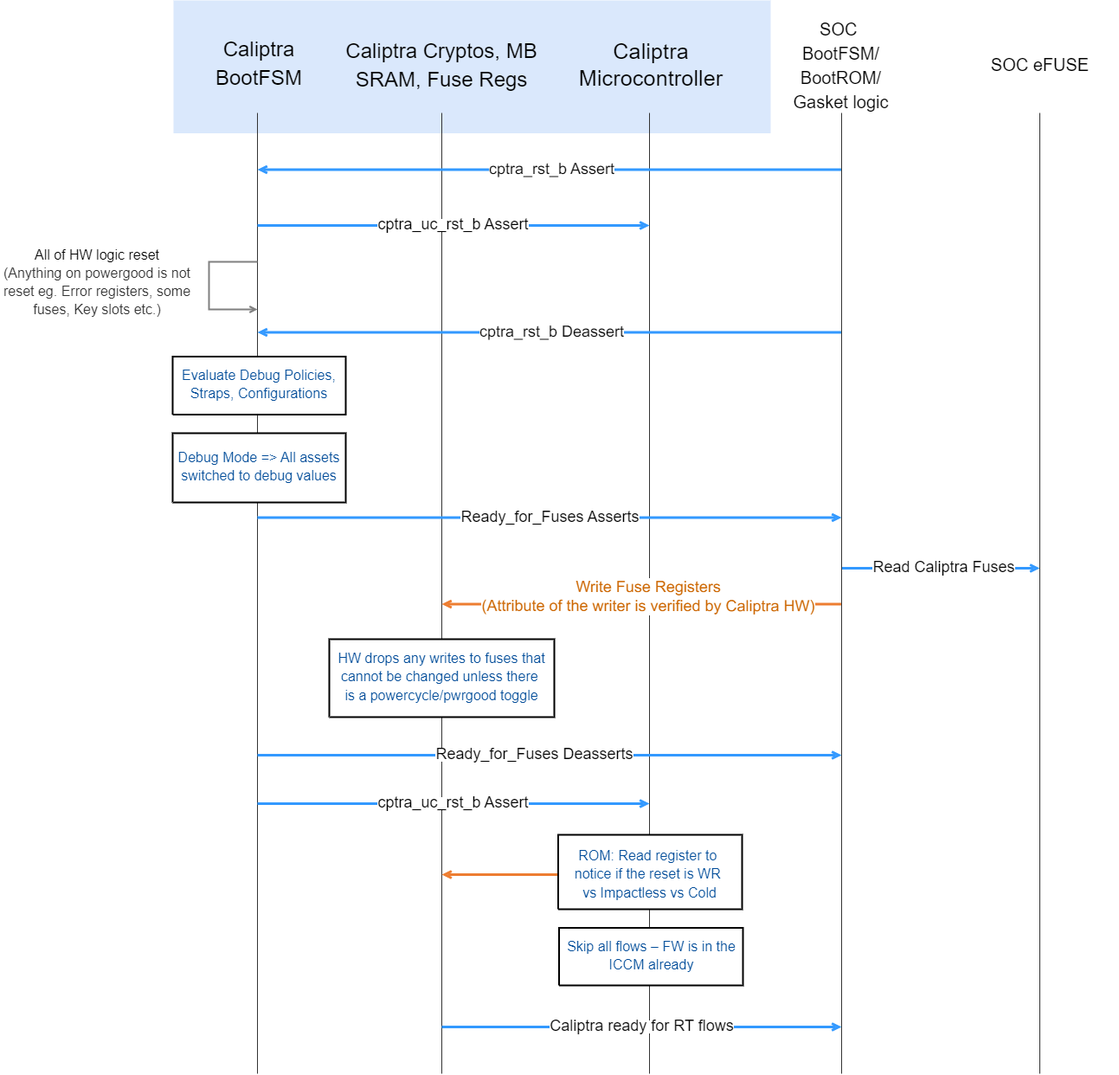
This is doc/images/Caliptra_boot_flow5.png from chipsalliance/Caliptra, a draw.io export, as it was before one commit. Source tidied: cells renumbered, new cells last; positions are measured from the earlier drawing's top-left corner, leaving out a move shared by most shapes.
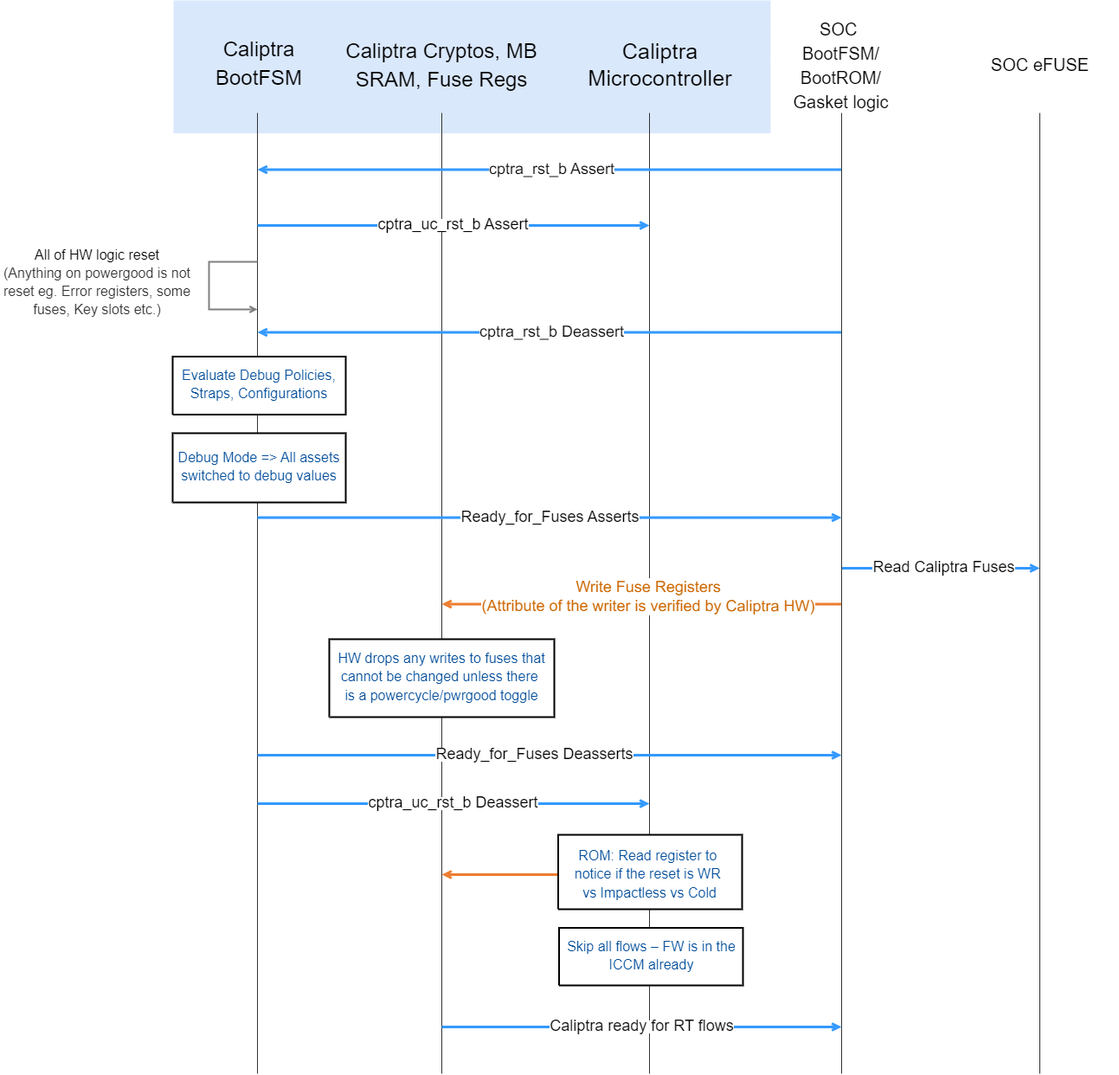
The same file after the commit.

Commit message:
fixes for boot flow images

Change to the diagram source:
```diff
@@ -27,7 +27,7 @@
       </mxGeometry>
     </mxCell>
     <mxCell id="6" value="&lt;div style=&quot;font-size: 1px&quot;&gt;&lt;font style=&quot;font-size: 25.4px; direction: ltr; letter-spacing: 0px; line-height: 120%; opacity: 1;&quot;&gt;Caliptra&lt;br&gt;&lt;/font&gt;&lt;/div&gt;&lt;div style=&quot;font-size: 1px&quot;&gt;&lt;font style=&quot;font-size: 25.4px; direction: ltr; letter-spacing: 0px; line-height: 120%; opacity: 1;&quot;&gt;Microcontroller&lt;br&gt;&lt;/font&gt;&lt;/div&gt;" style="verticalAlign=middle;align=center;overflow=width;vsdxID=1031;fillColor=none;gradientColor=none;shape=(stored shape, 160 characters);strokeColor=none;labelBackgroundColor=none;rounded=0;html=1;whiteSpace=wrap;fontColor=#000000;" parent="1" vertex="1">
-      <mxGeometry x="664.6" y="32" width="174.2" height="84" as="geometry" />
+      <mxGeometry x="664.6" y="32" width="195.4" height="84" as="geometry" />
     </mxCell>
     <mxCell id="7" value="&lt;div style=&quot;line-height: 166%;&quot;&gt;&lt;span style=&quot;letter-spacing: 0px; background-color: initial;&quot;&gt;&lt;font style=&quot;font-size: 20px;&quot;&gt;SOC eFUSE&lt;/font&gt;&lt;/span&gt;&lt;br&gt;&lt;/div&gt;" style="verticalAlign=middle;align=center;overflow=width;vsdxID=1033;fillColor=none;gradientColor=none;shape=(stored shape, 160 characters);strokeColor=none;labelBackgroundColor=none;rounded=0;html=1;whiteSpace=wrap;fontColor=#000000;" parent="1" vertex="1">
       <mxGeometry x="1110" y="44.5" width="183" height="65.5" as="geometry" />
@@ -120,7 +120,7 @@
         <mxPoint x="972" y="872" as="targetPoint" />
       </mxGeometry>
     </mxCell>
-    <mxCell id="24" value="&lt;div style=&quot;&quot;&gt;&lt;font style=&quot;direction: ltr; letter-spacing: 0px; line-height: 120%; opacity: 1;&quot;&gt;&lt;font style=&quot;font-size: 18px;&quot;&gt;cptra_uc_rst_b Assert&lt;/font&gt;&lt;br&gt;&lt;/font&gt;&lt;/div&gt;" style="vsdxID=1072;edgeStyle=none;startArrow=none;endArrow=open;startSize=5;endSize=5;strokeColor=#3399FF;spacingTop=0;spacingBottom=0;spacingLeft=0;spacingRight=0;verticalAlign=middle;html=1;labelBackgroundColor=#ffffff;rounded=0;align=center;strokeWidth=3;" parent="1" edge="1">
+    <mxCell id="24" value="&lt;div style=&quot;&quot;&gt;&lt;font style=&quot;direction: ltr; letter-spacing: 0px; line-height: 120%; opacity: 1;&quot;&gt;&lt;font style=&quot;font-size: 18px;&quot;&gt;cptra_uc_rst_b Deassert&lt;/font&gt;&lt;br&gt;&lt;/font&gt;&lt;/div&gt;" style="vsdxID=1072;edgeStyle=none;startArrow=none;endArrow=open;startSize=5;endSize=5;strokeColor=#3399FF;spacingTop=0;spacingBottom=0;spacingLeft=0;spacingRight=0;verticalAlign=middle;html=1;labelBackgroundColor=#ffffff;rounded=0;align=center;strokeWidth=3;" parent="1" edge="1">
       <mxGeometry relative="1" as="geometry">
         <mxPoint x="297" y="928" as="sourcePoint" />
         <mxPoint x="750" y="928" as="targetPoint" />
```
